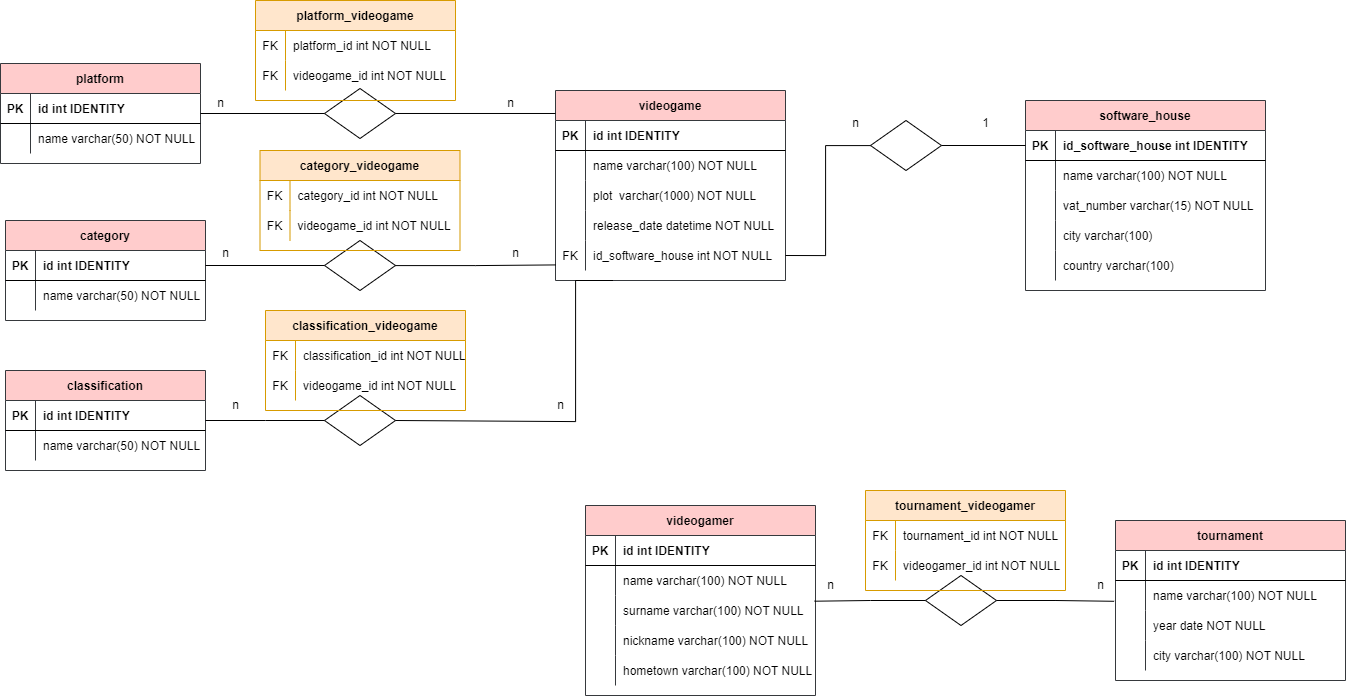
giovannitamburini/db-videogames keeps this draw.io diagram as modellazione_schema_ER_videogames.png. Above is the earlier version. Source tidied: cells renumbered, new cells last; positions are measured from the earlier drawing's top-left corner, leaving out a move shared by most shapes.
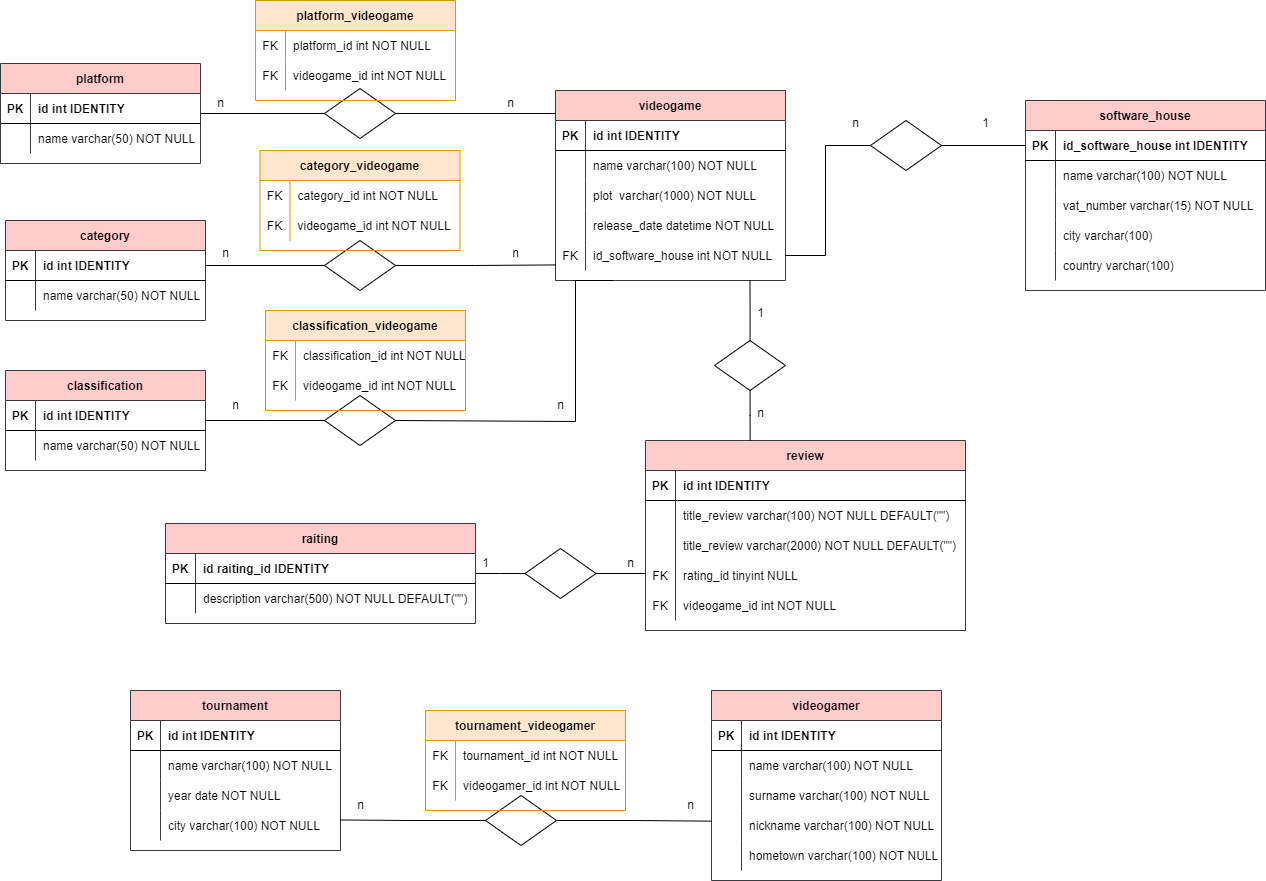
After the commit.

Commit message:
added table of review & rating

The edit, as a diff of the source:
```diff
@@ -297,46 +297,46 @@
       <mxGeometry x="500" y="238" width="30" height="30" as="geometry" />
     </mxCell>
     <mxCell id="96" value="tournament" style="shape=table;startSize=30;rowLines=0;fontStyle=1;align=center;fillColor=#ffcccc;strokeColor=#36393d;" parent="1" vertex="1">
-      <mxGeometry x="1115" y="520" width="230" height="160" as="geometry" />
+      <mxGeometry x="130" y="690" width="210" height="160" as="geometry" />
     </mxCell>
     <mxCell id="97" style="shape=partialRectangle;fillColor=none;top=0;left=0;right=0;bottom=1;" parent="96" vertex="1">
-      <mxGeometry y="30" width="230" height="30" as="geometry" />
+      <mxGeometry y="30" width="210" height="30" as="geometry" />
     </mxCell>
     <mxCell id="98" value="PK" style="shape=partialRectangle;overflow=hidden;fillColor=none;top=0;left=0;bottom=0;right=0;fontStyle=1;" parent="97" vertex="1">
       <mxGeometry width="30" height="30" as="geometry" />
     </mxCell>
     <mxCell id="99" value="id int IDENTITY" style="shape=partialRectangle;overflow=hidden;fillColor=none;top=0;left=0;bottom=0;right=0;align=left;spacingLeft=6;fontStyle=1;" parent="97" vertex="1">
-      <mxGeometry x="30" width="200" height="30" as="geometry" />
+      <mxGeometry x="30" width="180" height="30" as="geometry" />
     </mxCell>
     <mxCell id="100" style="shape=partialRectangle;fillColor=none;points=[[0,0.5],[1,0.5]];portConstraint=eastwest;top=0;left=0;right=0;bottom=0;" parent="96" vertex="1">
-      <mxGeometry y="60" width="230" height="30" as="geometry" />
+      <mxGeometry y="60" width="210" height="30" as="geometry" />
     </mxCell>
     <mxCell id="101" style="shape=partialRectangle;overflow=hidden;fillColor=none;top=0;left=0;bottom=0;right=0;" parent="100" vertex="1">
       <mxGeometry width="30" height="30" as="geometry" />
     </mxCell>
     <mxCell id="102" value="name varchar(100) NOT NULL" style="shape=partialRectangle;overflow=hidden;fillColor=none;top=0;left=0;bottom=0;right=0;align=left;spacingLeft=6;" parent="100" vertex="1">
-      <mxGeometry x="30" width="200" height="30" as="geometry" />
+      <mxGeometry x="30" width="180" height="30" as="geometry" />
     </mxCell>
     <mxCell id="103" style="shape=partialRectangle;fillColor=none;top=0;left=0;right=0;bottom=0;" parent="96" vertex="1">
-      <mxGeometry y="90" width="230" height="30" as="geometry" />
+      <mxGeometry y="90" width="210" height="30" as="geometry" />
     </mxCell>
     <mxCell id="104" style="shape=partialRectangle;overflow=hidden;fillColor=none;top=0;left=0;bottom=0;right=0;" parent="103" vertex="1">
       <mxGeometry width="30" height="30" as="geometry" />
     </mxCell>
     <mxCell id="105" value="year date NOT NULL" style="shape=partialRectangle;overflow=hidden;fillColor=none;top=0;left=0;bottom=0;right=0;align=left;spacingLeft=6;" parent="103" vertex="1">
-      <mxGeometry x="30" width="200" height="30" as="geometry" />
+      <mxGeometry x="30" width="180" height="30" as="geometry" />
     </mxCell>
     <mxCell id="106" style="shape=partialRectangle;fillColor=none;points=[[0,0.5],[1,0.5]];portConstraint=eastwest;top=0;left=0;right=0;bottom=0;" parent="96" vertex="1">
-      <mxGeometry y="120" width="230" height="30" as="geometry" />
+      <mxGeometry y="120" width="210" height="30" as="geometry" />
     </mxCell>
     <mxCell id="107" style="shape=partialRectangle;overflow=hidden;fillColor=none;top=0;left=0;bottom=0;right=0;" parent="106" vertex="1">
       <mxGeometry width="30" height="30" as="geometry" />
     </mxCell>
     <mxCell id="108" value="city varchar(100) NOT NULL" style="shape=partialRectangle;overflow=hidden;fillColor=none;top=0;left=0;bottom=0;right=0;align=left;spacingLeft=6;" parent="106" vertex="1">
-      <mxGeometry x="30" width="200" height="30" as="geometry" />
+      <mxGeometry x="30" width="180" height="30" as="geometry" />
     </mxCell>
     <mxCell id="109" value="videogamer" style="shape=table;startSize=30;rowLines=0;fontStyle=1;align=center;fillColor=#ffcccc;strokeColor=#36393d;" parent="1" vertex="1">
-      <mxGeometry x="585" y="505" width="230" height="190" as="geometry" />
+      <mxGeometry x="711" y="690" width="230" height="190" as="geometry" />
     </mxCell>
     <mxCell id="110" style="shape=partialRectangle;fillColor=none;top=0;left=0;right=0;bottom=1;" parent="109" vertex="1">
       <mxGeometry y="30" width="230" height="30" as="geometry" />
@@ -383,17 +383,17 @@
     <mxCell id="124" value="hometown varchar(100) NOT NULL" style="shape=partialRectangle;overflow=hidden;fillColor=none;top=0;left=0;bottom=0;right=0;align=left;spacingLeft=6;" parent="122" vertex="1">
       <mxGeometry x="30" width="200" height="30" as="geometry" />
     </mxCell>
-    <mxCell id="125" style="edgeStyle=orthogonalEdgeStyle;rounded=0;jettySize=auto;html=1;entryX=0.996;entryY=0.19;entryDx=0;entryDy=0;entryPerimeter=0;endArrow=none;endFill=0;" parent="1" edge="1" source="127" target="116">
-      <mxGeometry relative="1" as="geometry" />
-    </mxCell>
-    <mxCell id="126" style="edgeStyle=orthogonalEdgeStyle;rounded=0;jettySize=auto;html=1;endArrow=none;endFill=0;entryX=-0.006;entryY=0.693;entryDx=0;entryDy=0;entryPerimeter=0;" parent="1" edge="1" source="127" target="100">
-      <mxGeometry relative="1" as="geometry" />
-    </mxCell>
+    <mxCell id="137" style="edgeStyle=orthogonalEdgeStyle;rounded=0;jettySize=auto;html=1;entryX=0.001;entryY=0.355;entryDx=0;entryDy=0;entryPerimeter=0;endArrow=none;endFill=0;" parent="1" edge="1" source="127" target="119">
+      <mxGeometry relative="1" as="geometry" />
+    </mxCell>
+    <mxCell id="138" style="edgeStyle=orthogonalEdgeStyle;rounded=0;jettySize=auto;html=1;endArrow=none;endFill=0;entryX=1;entryY=0.316;entryDx=0;entryDy=0;entryPerimeter=0;" parent="1" edge="1" source="127" target="106">
+      <mxGeometry relative="1" as="geometry" />
+    </mxCell>
     <mxCell id="127" style="rhombus;whiteSpace=wrap;html=1;fillColor=none;" parent="1" vertex="1">
-      <mxGeometry x="925" y="575" width="71" height="50" as="geometry" />
+      <mxGeometry x="485" y="795" width="71" height="50" as="geometry" />
     </mxCell>
     <mxCell id="128" value="tournament_videogamer" style="shape=table;startSize=30;rowLines=0;fontStyle=1;align=center;fillColor=#ffe6cc;strokeColor=#d79b00;" parent="1" vertex="1">
-      <mxGeometry x="865" y="490" width="200" height="100" as="geometry" />
+      <mxGeometry x="425" y="710" width="200" height="100" as="geometry" />
     </mxCell>
     <mxCell id="129" style="shape=partialRectangle;fillColor=none;top=0;left=0;right=0;bottom=0;" parent="128" vertex="1">
       <mxGeometry y="30" width="200" height="30" as="geometry" />
@@ -413,11 +413,114 @@
     <mxCell id="134" value="videogamer_id int NOT NULL" style="shape=partialRectangle;overflow=hidden;fillColor=none;top=0;left=0;bottom=0;right=0;align=left;spacingLeft=6;" parent="132" vertex="1">
       <mxGeometry x="30" width="170" height="30" as="geometry" />
     </mxCell>
-    <mxCell id="135" value="n" style="text;html=1;align=center;verticalAlign=middle;strokeColor=none;fillColor=none;" parent="1" vertex="1">
-      <mxGeometry x="815" y="570" width="30" height="30" as="geometry" />
-    </mxCell>
-    <mxCell id="136" value="n" style="text;html=1;align=center;verticalAlign=middle;strokeColor=none;fillColor=none;" parent="1" vertex="1">
-      <mxGeometry x="1085" y="570" width="30" height="30" as="geometry" />
-    </mxCell>
+    <mxCell id="139" value="review" style="shape=table;startSize=30;rowLines=0;fontStyle=1;align=center;fillColor=#ffcccc;strokeColor=#36393d;" parent="1" vertex="1">
+      <mxGeometry x="645" y="440" width="320" height="190" as="geometry" />
+    </mxCell>
+    <mxCell id="140" style="shape=partialRectangle;fillColor=none;top=0;left=0;right=0;bottom=1;" parent="139" vertex="1">
+      <mxGeometry y="30" width="320" height="30" as="geometry" />
+    </mxCell>
+    <mxCell id="141" value="PK" style="shape=partialRectangle;overflow=hidden;fillColor=none;top=0;left=0;bottom=0;right=0;fontStyle=1;" parent="140" vertex="1">
+      <mxGeometry width="30" height="30" as="geometry" />
+    </mxCell>
+    <mxCell id="142" value="id int IDENTITY" style="shape=partialRectangle;overflow=hidden;fillColor=none;top=0;left=0;bottom=0;right=0;align=left;spacingLeft=6;fontStyle=1;" parent="140" vertex="1">
+      <mxGeometry x="30" width="290" height="30" as="geometry" />
+    </mxCell>
+    <mxCell id="143" style="shape=partialRectangle;fillColor=none;top=0;left=0;right=0;bottom=0;" parent="139" vertex="1">
+      <mxGeometry y="60" width="320" height="30" as="geometry" />
+    </mxCell>
+    <mxCell id="144" style="shape=partialRectangle;overflow=hidden;fillColor=none;top=0;left=0;bottom=0;right=0;" parent="143" vertex="1">
+      <mxGeometry width="30" height="30" as="geometry" />
+    </mxCell>
+    <mxCell id="145" value="title_review varchar(100) NOT NULL DEFAULT(&quot;&quot;)" style="shape=partialRectangle;overflow=hidden;fillColor=none;top=0;left=0;bottom=0;right=0;align=left;spacingLeft=6;" parent="143" vertex="1">
+      <mxGeometry x="30" width="290" height="30" as="geometry" />
+    </mxCell>
+    <mxCell id="146" style="shape=partialRectangle;fillColor=none;top=0;left=0;right=0;bottom=0;" parent="139" vertex="1">
+      <mxGeometry y="90" width="320" height="30" as="geometry" />
+    </mxCell>
+    <mxCell id="147" style="shape=partialRectangle;overflow=hidden;fillColor=none;top=0;left=0;bottom=0;right=0;" parent="146" vertex="1">
+      <mxGeometry width="30" height="30" as="geometry" />
+    </mxCell>
+    <mxCell id="148" value="title_review varchar(2000) NOT NULL DEFAULT(&quot;&quot;)" style="shape=partialRectangle;overflow=hidden;fillColor=none;top=0;left=0;bottom=0;right=0;align=left;spacingLeft=6;" parent="146" vertex="1">
+      <mxGeometry x="30" width="290" height="30" as="geometry" />
+    </mxCell>
+    <mxCell id="149" style="shape=partialRectangle;fillColor=none;points=[[0,0.5],[1,0.5]];portConstraint=eastwest;top=0;left=0;right=0;bottom=0;" parent="139" vertex="1">
+      <mxGeometry y="120" width="320" height="30" as="geometry" />
+    </mxCell>
+    <mxCell id="150" value="FK" style="shape=partialRectangle;overflow=hidden;fillColor=none;top=0;left=0;bottom=0;right=0;" parent="149" vertex="1">
+      <mxGeometry width="30" height="30" as="geometry" />
+    </mxCell>
+    <mxCell id="151" value="rating_id tinyint NULL" style="shape=partialRectangle;overflow=hidden;fillColor=none;top=0;left=0;bottom=0;right=0;align=left;spacingLeft=6;" parent="149" vertex="1">
+      <mxGeometry x="30" width="290" height="30" as="geometry" />
+    </mxCell>
+    <mxCell id="152" style="shape=partialRectangle;fillColor=none;top=0;left=0;right=0;bottom=0;" parent="139" vertex="1">
+      <mxGeometry y="150" width="320" height="30" as="geometry" />
+    </mxCell>
+    <mxCell id="153" value="FK" style="shape=partialRectangle;overflow=hidden;fillColor=none;top=0;left=0;bottom=0;right=0;" parent="152" vertex="1">
+      <mxGeometry width="30" height="30" as="geometry" />
+    </mxCell>
+    <mxCell id="154" value="videogame_id int NOT NULL" style="shape=partialRectangle;overflow=hidden;fillColor=none;top=0;left=0;bottom=0;right=0;align=left;spacingLeft=6;" parent="152" vertex="1">
+      <mxGeometry x="30" width="290" height="30" as="geometry" />
+    </mxCell>
+    <mxCell id="155" style="edgeStyle=orthogonalEdgeStyle;rounded=0;jettySize=auto;html=1;endArrow=none;endFill=0;" parent="1" edge="1" source="157">
+      <mxGeometry relative="1" as="geometry">
+        <mxPoint x="749.5" y="280" as="targetPoint" />
+      </mxGeometry>
+    </mxCell>
+    <mxCell id="156" style="edgeStyle=orthogonalEdgeStyle;rounded=0;jettySize=auto;html=1;entryX=0.327;entryY=0;entryDx=0;entryDy=0;entryPerimeter=0;endArrow=none;endFill=0;" parent="1" edge="1" source="157" target="139">
+      <mxGeometry relative="1" as="geometry" />
+    </mxCell>
+    <mxCell id="157" style="rhombus;whiteSpace=wrap;html=1;fillColor=none;" parent="1" vertex="1">
+      <mxGeometry x="714" y="340" width="71" height="50" as="geometry" />
+    </mxCell>
+    <mxCell id="158" value="n" style="text;html=1;align=center;verticalAlign=middle;strokeColor=none;fillColor=none;" parent="1" vertex="1">
+      <mxGeometry x="745" y="398" width="30" height="30" as="geometry" />
+    </mxCell>
+    <mxCell id="159" value="1" style="text;html=1;align=center;verticalAlign=middle;strokeColor=none;fillColor=none;" parent="1" vertex="1">
+      <mxGeometry x="745" y="298" width="30" height="30" as="geometry" />
+    </mxCell>
+    <mxCell id="160" style="edgeStyle=orthogonalEdgeStyle;rounded=0;jettySize=auto;html=1;entryX=0;entryY=0.433;entryDx=0;entryDy=0;entryPerimeter=0;endArrow=none;endFill=0;" parent="1" edge="1" source="162" target="149">
+      <mxGeometry relative="1" as="geometry" />
+    </mxCell>
+    <mxCell id="161" style="edgeStyle=orthogonalEdgeStyle;rounded=0;jettySize=auto;html=1;endArrow=none;endFill=0;" parent="1" edge="1" source="162">
+      <mxGeometry relative="1" as="geometry">
+        <mxPoint x="475" y="573" as="targetPoint" />
+      </mxGeometry>
+    </mxCell>
+    <mxCell id="162" style="rhombus;whiteSpace=wrap;html=1;fillColor=none;" parent="1" vertex="1">
+      <mxGeometry x="524.5" y="548" width="71" height="50" as="geometry" />
+    </mxCell>
+    <mxCell id="163" value="raiting" style="shape=table;startSize=30;rowLines=0;fontStyle=1;align=center;fillColor=#ffcccc;strokeColor=#36393d;" parent="1" vertex="1">
+      <mxGeometry x="165" y="523" width="310" height="100" as="geometry" />
+    </mxCell>
+    <mxCell id="164" style="shape=partialRectangle;fillColor=none;top=0;left=0;right=0;bottom=1;" parent="163" vertex="1">
+      <mxGeometry y="30" width="310" height="30" as="geometry" />
+    </mxCell>
+    <mxCell id="165" value="PK" style="shape=partialRectangle;overflow=hidden;fillColor=none;top=0;left=0;bottom=0;right=0;fontStyle=1;" parent="164" vertex="1">
+      <mxGeometry width="30" height="30" as="geometry" />
+    </mxCell>
+    <mxCell id="166" value="id raiting_id IDENTITY" style="shape=partialRectangle;overflow=hidden;fillColor=none;top=0;left=0;bottom=0;right=0;align=left;spacingLeft=6;fontStyle=1;" parent="164" vertex="1">
+      <mxGeometry x="30" width="280" height="30" as="geometry" />
+    </mxCell>
+    <mxCell id="167" style="shape=partialRectangle;fillColor=none;top=0;left=0;right=0;bottom=0;" parent="163" vertex="1">
+      <mxGeometry y="60" width="310" height="30" as="geometry" />
+    </mxCell>
+    <mxCell id="168" style="shape=partialRectangle;overflow=hidden;fillColor=none;top=0;left=0;bottom=0;right=0;" parent="167" vertex="1">
+      <mxGeometry width="30" height="30" as="geometry" />
+    </mxCell>
+    <mxCell id="169" value="description varchar(500) NOT NULL DEFAULT(&quot;&quot;)" style="shape=partialRectangle;overflow=hidden;fillColor=none;top=0;left=0;bottom=0;right=0;align=left;spacingLeft=6;" parent="167" vertex="1">
+      <mxGeometry x="30" width="280" height="30" as="geometry" />
+    </mxCell>
+    <mxCell id="170" value="n" style="text;html=1;align=center;verticalAlign=middle;strokeColor=none;fillColor=none;" parent="1" vertex="1">
+      <mxGeometry x="615" y="548" width="30" height="30" as="geometry" />
+    </mxCell>
+    <mxCell id="171" value="1" style="text;html=1;align=center;verticalAlign=middle;strokeColor=none;fillColor=none;" parent="1" vertex="1">
+      <mxGeometry x="470" y="548" width="30" height="30" as="geometry" />
+    </mxCell>
+    <mxCell id="172" value="n" style="text;html=1;align=center;verticalAlign=middle;strokeColor=none;fillColor=none;" parent="1" vertex="1">
+      <mxGeometry x="675" y="790" width="30" height="30" as="geometry" />
+    </mxCell>
+    <mxCell id="173" value="n" style="text;html=1;align=center;verticalAlign=middle;strokeColor=none;fillColor=none;" parent="1" vertex="1">
+      <mxGeometry x="344.5" y="790" width="30" height="30" as="geometry" />
+    </mxCell>
   </root>
 </mxGraphModel>
```
